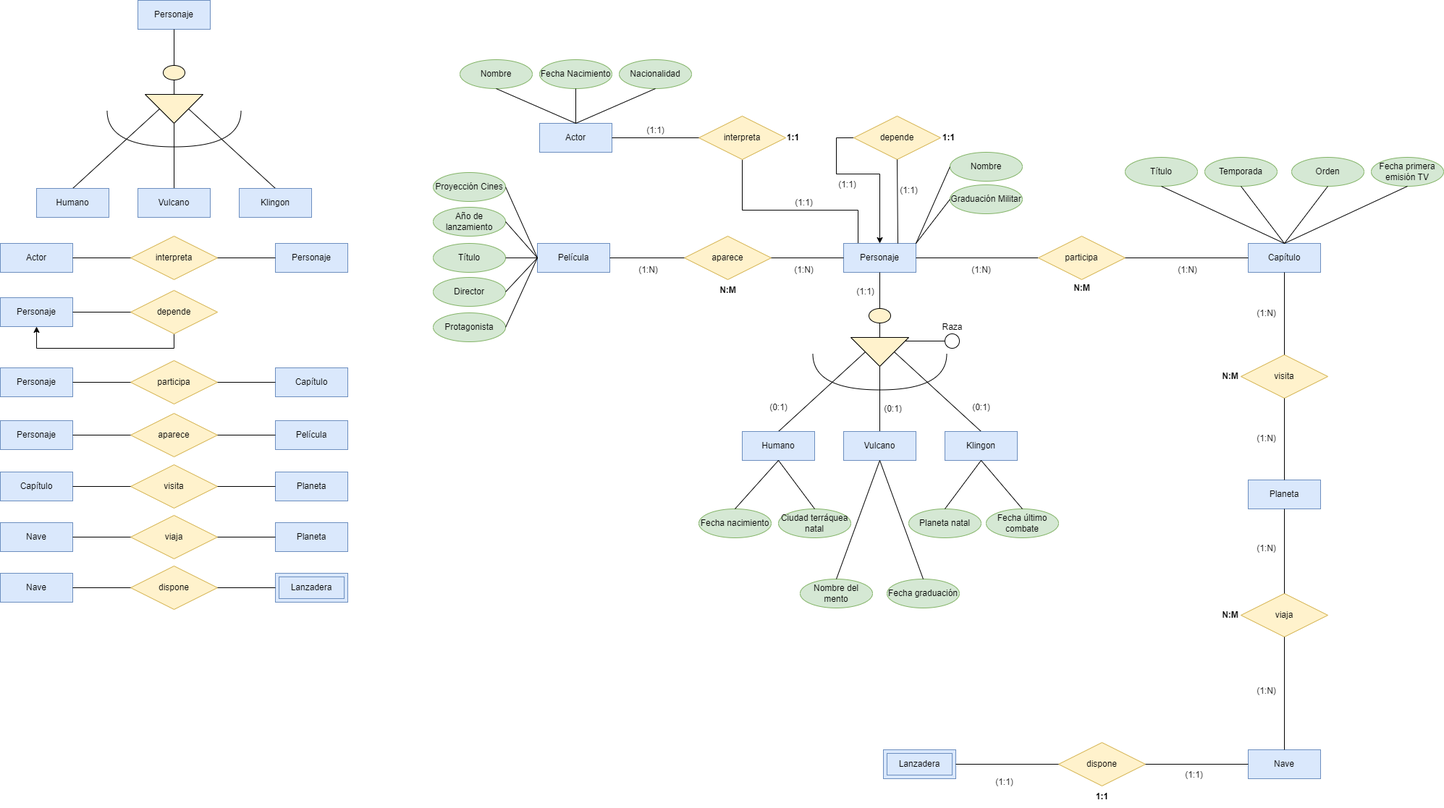
This is Unidad-1/Tareas/Tarea_Entregable-3/Diagrama Tarea Entregable 3.drawio.png from RafaelMayor/base-datos, a draw.io export, as it was before one commit. Source tidied: cells renumbered, new cells last; positions are measured from the earlier drawing's top-left corner, leaving out a move shared by most shapes.
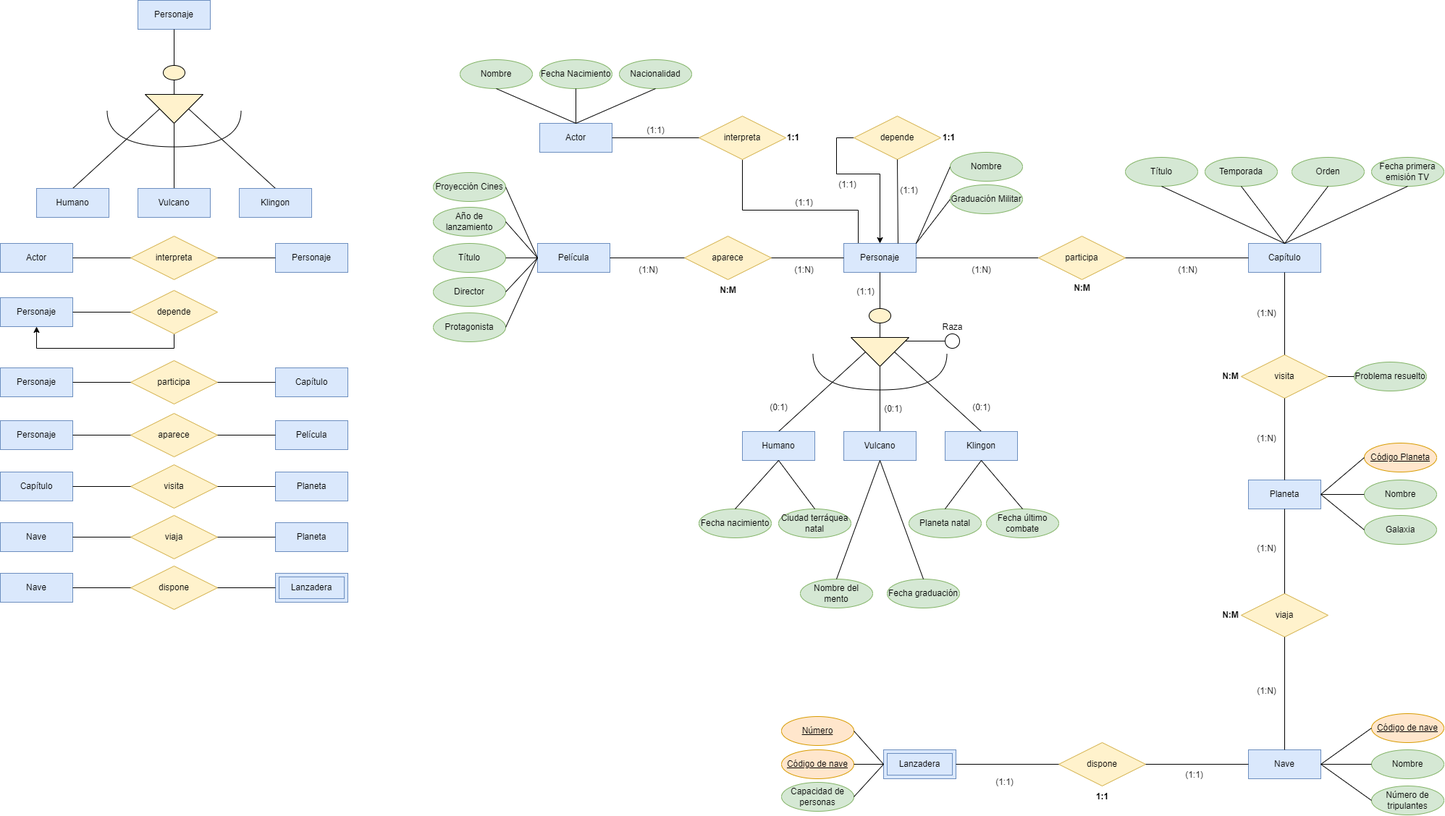
Above is the later version.

Change to the diagram source:
```diff
@@ -477,5 +477,65 @@
     <mxCell id="154" value="&lt;b&gt;1:1&lt;/b&gt;" style="text;html=1;align=center;verticalAlign=middle;strokeColor=none;fillColor=none;" parent="1" vertex="1">
       <mxGeometry x="1502" y="1086" width="40" height="30" as="geometry" />
     </mxCell>
+    <mxCell id="155" value="Código Planeta" style="ellipse;whiteSpace=wrap;html=1;align=center;fontStyle=4;fillColor=#ffe6cc;strokeColor=#d79b00;" parent="1" vertex="1">
+      <mxGeometry x="1884" y="612" width="100" height="40" as="geometry" />
+    </mxCell>
+    <mxCell id="156" value="Nombre" style="ellipse;whiteSpace=wrap;html=1;align=center;fillColor=#d5e8d4;strokeColor=#82b366;" parent="1" vertex="1">
+      <mxGeometry x="1884" y="663" width="100" height="40" as="geometry" />
+    </mxCell>
+    <mxCell id="157" value="Galaxia" style="ellipse;whiteSpace=wrap;html=1;align=center;fillColor=#d5e8d4;strokeColor=#82b366;" parent="1" vertex="1">
+      <mxGeometry x="1884" y="712" width="100" height="40" as="geometry" />
+    </mxCell>
+    <mxCell id="158" value="Problema resuelto" style="ellipse;whiteSpace=wrap;html=1;align=center;fillColor=#d5e8d4;strokeColor=#82b366;" parent="1" vertex="1">
+      <mxGeometry x="1870" y="500" width="100" height="40" as="geometry" />
+    </mxCell>
+    <mxCell id="159" style="endArrow=none;html=1;rounded=0;entryX=1;entryY=0.5;entryDx=0;entryDy=0;exitX=0;exitY=0.5;exitDx=0;exitDy=0;" parent="1" edge="1" source="158" target="128">
+      <mxGeometry relative="1" as="geometry" />
+    </mxCell>
+    <mxCell id="160" style="endArrow=none;html=1;rounded=0;exitX=1;exitY=0.5;exitDx=0;exitDy=0;entryX=0;entryY=0.5;entryDx=0;entryDy=0;" parent="1" edge="1" source="129" target="157">
+      <mxGeometry relative="1" as="geometry" />
+    </mxCell>
+    <mxCell id="161" style="endArrow=none;html=1;rounded=0;exitX=1;exitY=0.5;exitDx=0;exitDy=0;entryX=0;entryY=0.5;entryDx=0;entryDy=0;" parent="1" edge="1" source="129" target="155">
+      <mxGeometry relative="1" as="geometry" />
+    </mxCell>
+    <mxCell id="162" style="endArrow=none;html=1;rounded=0;entryX=0;entryY=0.5;entryDx=0;entryDy=0;exitX=1;exitY=0.5;exitDx=0;exitDy=0;" parent="1" edge="1" source="129" target="156">
+      <mxGeometry relative="1" as="geometry" />
+    </mxCell>
+    <mxCell id="163" value="Nombre" style="ellipse;whiteSpace=wrap;html=1;align=center;fillColor=#d5e8d4;strokeColor=#82b366;" parent="1" vertex="1">
+      <mxGeometry x="1894" y="1036" width="100" height="40" as="geometry" />
+    </mxCell>
+    <mxCell id="164" value="Número de tripulantes" style="ellipse;whiteSpace=wrap;html=1;align=center;fillColor=#d5e8d4;strokeColor=#82b366;" parent="1" vertex="1">
+      <mxGeometry x="1894" y="1086" width="100" height="40" as="geometry" />
+    </mxCell>
+    <mxCell id="165" value="Código de nave" style="ellipse;whiteSpace=wrap;html=1;align=center;fontStyle=4;fillColor=#ffe6cc;strokeColor=#d79b00;" parent="1" vertex="1">
+      <mxGeometry x="1894" y="986" width="100" height="40" as="geometry" />
+    </mxCell>
+    <mxCell id="166" style="endArrow=none;html=1;rounded=0;entryX=0;entryY=0.5;entryDx=0;entryDy=0;exitX=1;exitY=0.5;exitDx=0;exitDy=0;" parent="1" edge="1" source="131" target="164">
+      <mxGeometry relative="1" as="geometry" />
+    </mxCell>
+    <mxCell id="167" style="endArrow=none;html=1;rounded=0;entryX=0;entryY=0.5;entryDx=0;entryDy=0;exitX=1;exitY=0.5;exitDx=0;exitDy=0;" parent="1" edge="1" source="131" target="163">
+      <mxGeometry relative="1" as="geometry" />
+    </mxCell>
+    <mxCell id="168" style="endArrow=none;html=1;rounded=0;entryX=0;entryY=0.5;entryDx=0;entryDy=0;exitX=1;exitY=0.5;exitDx=0;exitDy=0;" parent="1" edge="1" source="131" target="165">
+      <mxGeometry relative="1" as="geometry" />
+    </mxCell>
+    <mxCell id="169" value="Número" style="ellipse;whiteSpace=wrap;html=1;align=center;fontStyle=4;fillColor=#ffe6cc;strokeColor=#d79b00;" parent="1" vertex="1">
+      <mxGeometry x="1079" y="990" width="100" height="40" as="geometry" />
+    </mxCell>
+    <mxCell id="170" value="Código de nave" style="ellipse;whiteSpace=wrap;html=1;align=center;fontStyle=4;fillColor=#ffe6cc;strokeColor=#d79b00;" parent="1" vertex="1">
+      <mxGeometry x="1079" y="1036" width="100" height="40" as="geometry" />
+    </mxCell>
+    <mxCell id="171" value="Capacidad de personas" style="ellipse;whiteSpace=wrap;html=1;align=center;fillColor=#d5e8d4;strokeColor=#82b366;" parent="1" vertex="1">
+      <mxGeometry x="1079" y="1081" width="100" height="40" as="geometry" />
+    </mxCell>
+    <mxCell id="172" style="endArrow=none;html=1;rounded=0;entryX=0;entryY=0.5;entryDx=0;entryDy=0;exitX=1;exitY=0.5;exitDx=0;exitDy=0;" parent="1" edge="1" source="171" target="133">
+      <mxGeometry relative="1" as="geometry" />
+    </mxCell>
+    <mxCell id="173" style="endArrow=none;html=1;rounded=0;entryX=0;entryY=0.5;entryDx=0;entryDy=0;exitX=1;exitY=0.5;exitDx=0;exitDy=0;" parent="1" edge="1" source="170" target="133">
+      <mxGeometry relative="1" as="geometry" />
+    </mxCell>
+    <mxCell id="174" style="endArrow=none;html=1;rounded=0;entryX=0;entryY=0.5;entryDx=0;entryDy=0;exitX=1;exitY=0.5;exitDx=0;exitDy=0;" parent="1" edge="1" source="169" target="133">
+      <mxGeometry relative="1" as="geometry" />
+    </mxCell>
   </root>
 </mxGraphModel>
```
